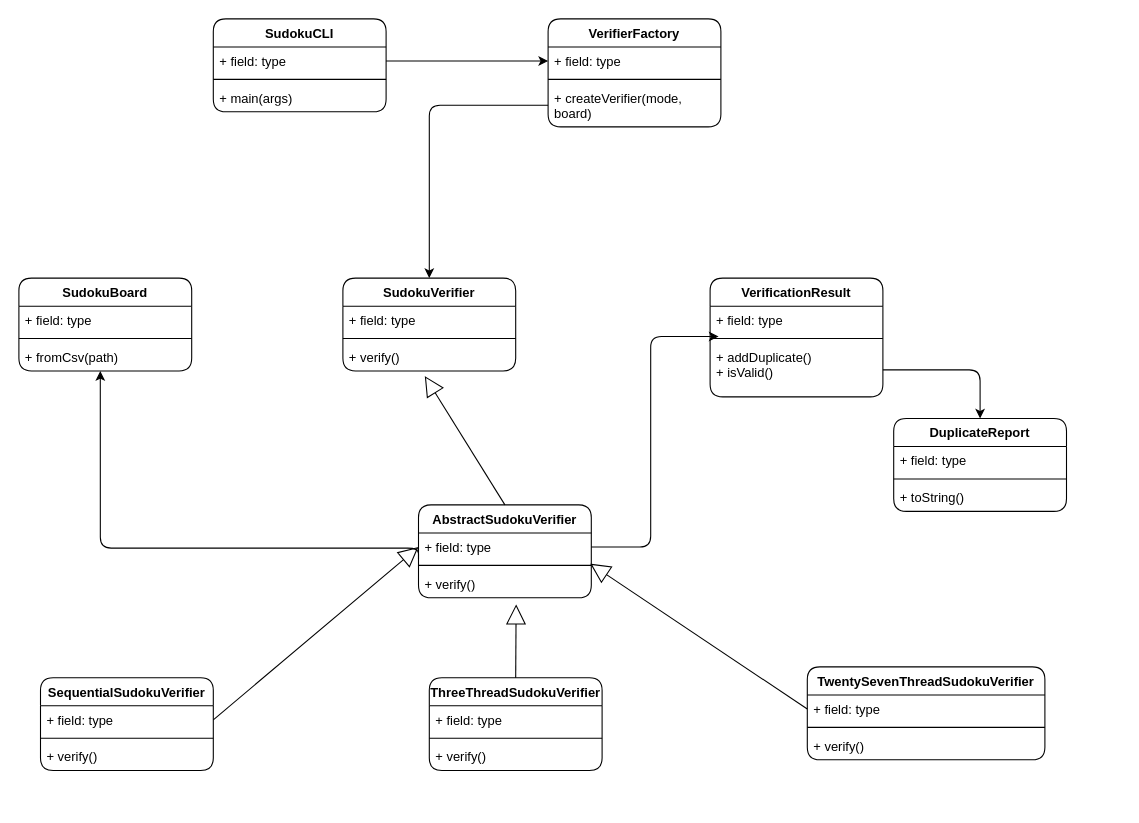
This is ClassDiagramSoduko.drawio from Ayman71/Sudoku-Verifier, a draw.io file, before an edit. Source tidied: cells renumbered, new cells numbered last; positions are measured from the earlier drawing's top-left corner, leaving out a move shared by most shapes. Both pictures are drawn from the tidied source at 108%, with x=0, y=0 at pixel (18, 18).
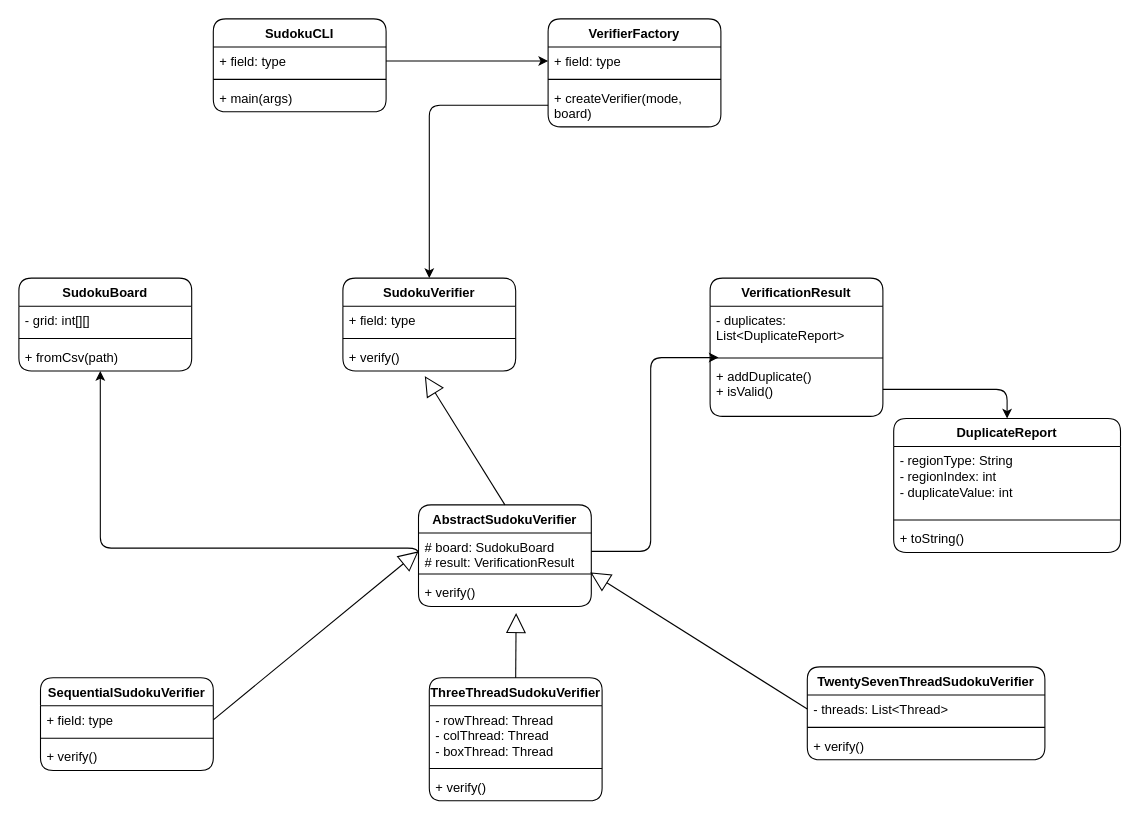
The same page after the edit.

The change refers to these unchanged cells:
```xml
<mxCell id="10" value="SudokuBoard" style="swimlane;fontStyle=1;align=center;verticalAlign=top;horizontal=1;startSize=26;whiteSpace=wrap;html=1;rounded=1;" parent="1" vertex="1">
  <mxGeometry y="240" width="160" height="86" as="geometry" />
</mxCell>
<mxCell id="30" value="TwentySevenThreadSudokuVerifier" style="swimlane;fontStyle=1;align=center;verticalAlign=top;horizontal=1;startSize=26;whiteSpace=wrap;html=1;rounded=1;" parent="1" vertex="1">
  <mxGeometry x="730" y="600" width="220" height="86" as="geometry" />
</mxCell>
```

What changed in the source:
```diff
@@
-    <mxCell id="11" value="+ field: type" style="text;strokeColor=none;fillColor=none;align=left;verticalAlign=top;spacingLeft=4;spacingRight=4;overflow=hidden;whiteSpace=wrap;html=1;rounded=1;" parent="10" vertex="1">
+    <mxCell id="11" value="&lt;div&gt;- grid: int[][]&lt;/div&gt;&lt;div&gt;&lt;br&gt;&lt;/div&gt;" style="text;strokeColor=none;fillColor=none;align=left;verticalAlign=top;spacingLeft=4;spacingRight=4;overflow=hidden;whiteSpace=wrap;html=1;rounded=1;" parent="10" vertex="1">
       <mxGeometry y="26" width="160" height="26" as="geometry" />
     </mxCell>
@@
     <mxCell id="18" value="AbstractSudokuVerifier" style="swimlane;fontStyle=1;align=center;verticalAlign=top;horizontal=1;startSize=26;whiteSpace=wrap;html=1;rounded=1;" parent="1" vertex="1">
-      <mxGeometry x="370" y="450" width="160" height="86" as="geometry" />
+      <mxGeometry x="370" y="450" width="160" height="94" as="geometry" />
     </mxCell>
-    <mxCell id="19" value="+ field: type" style="text;strokeColor=none;fillColor=none;align=left;verticalAlign=top;spacingLeft=4;spacingRight=4;overflow=hidden;points=[[0,0.5],[1,0.5]];portConstraint=eastwest;whiteSpace=wrap;html=1;rounded=1;" parent="18" vertex="1">
-      <mxGeometry y="26" width="160" height="26" as="geometry" />
+    <mxCell id="19" value="&lt;div&gt;&lt;div&gt;# board: SudokuBoard&lt;/div&gt;&lt;div&gt;# result: VerificationResult&lt;/div&gt;&lt;/div&gt;&lt;div&gt;&lt;br&gt;&lt;/div&gt;" style="text;strokeColor=none;fillColor=none;align=left;verticalAlign=top;spacingLeft=4;spacingRight=4;overflow=hidden;points=[[0,0.5],[1,0.5]];portConstraint=eastwest;whiteSpace=wrap;html=1;rounded=1;" parent="18" vertex="1">
+      <mxGeometry y="26" width="160" height="34" as="geometry" />
     </mxCell>
     <mxCell id="20" style="line;strokeWidth=1;fillColor=none;align=left;verticalAlign=middle;spacingTop=-1;spacingLeft=3;spacingRight=3;labelPosition=right;strokeColor=inherit;rounded=1;" parent="18" vertex="1">
-      <mxGeometry y="52" width="160" height="8" as="geometry" />
+      <mxGeometry y="60" width="160" height="8" as="geometry" />
     </mxCell>
     <mxCell id="21" value="+ verify()" style="text;strokeColor=none;fillColor=none;align=left;verticalAlign=top;spacingLeft=4;spacingRight=4;overflow=hidden;points=[[0,0.5],[1,0.5]];portConstraint=eastwest;whiteSpace=wrap;html=1;rounded=1;" parent="18" vertex="1">
-      <mxGeometry y="60" width="160" height="26" as="geometry" />
+      <mxGeometry y="68" width="160" height="26" as="geometry" />
     </mxCell>
@@
     <mxCell id="26" value="ThreeThreadSudokuVerifier" style="swimlane;fontStyle=1;align=center;verticalAlign=top;horizontal=1;startSize=26;whiteSpace=wrap;html=1;rounded=1;" parent="1" vertex="1">
-      <mxGeometry x="380" y="610" width="160" height="86" as="geometry" />
+      <mxGeometry x="380" y="610" width="160" height="114" as="geometry" />
     </mxCell>
-    <mxCell id="27" value="+ field: type" style="text;strokeColor=none;fillColor=none;align=left;verticalAlign=top;spacingLeft=4;spacingRight=4;overflow=hidden;whiteSpace=wrap;html=1;rounded=1;" parent="26" vertex="1">
-      <mxGeometry y="26" width="160" height="26" as="geometry" />
+    <mxCell id="27" value="&lt;div&gt;- rowThread: Thread&lt;/div&gt;&lt;div&gt;- colThread: Thread&lt;/div&gt;&lt;div&gt;- boxThread: Thread&lt;/div&gt;&lt;div&gt;&lt;br&gt;&lt;/div&gt;" style="text;strokeColor=none;fillColor=none;align=left;verticalAlign=top;spacingLeft=4;spacingRight=4;overflow=hidden;whiteSpace=wrap;html=1;rounded=1;" parent="26" vertex="1">
+      <mxGeometry y="26" width="160" height="54" as="geometry" />
     </mxCell>
     <mxCell id="28" style="line;strokeWidth=1;fillColor=none;align=left;verticalAlign=middle;spacingTop=-1;spacingLeft=3;spacingRight=3;labelPosition=right;strokeColor=inherit;rounded=1;" parent="26" vertex="1">
-      <mxGeometry y="52" width="160" height="8" as="geometry" />
+      <mxGeometry y="80" width="160" height="8" as="geometry" />
     </mxCell>
     <mxCell id="29" value="+ verify()" style="text;strokeColor=none;fillColor=none;align=left;verticalAlign=top;spacingLeft=4;spacingRight=4;overflow=hidden;whiteSpace=wrap;html=1;rounded=1;" parent="26" vertex="1">
-      <mxGeometry y="60" width="160" height="26" as="geometry" />
+      <mxGeometry y="88" width="160" height="26" as="geometry" />
     </mxCell>
@@
-    <mxCell id="31" value="+ field: type" style="text;strokeColor=none;fillColor=none;align=left;verticalAlign=top;spacingLeft=4;spacingRight=4;overflow=hidden;points=[[0,0.5],[1,0.5]];portConstraint=eastwest;whiteSpace=wrap;html=1;rounded=1;" parent="30" vertex="1">
+    <mxCell id="31" value="&lt;div&gt;- threads: List&amp;lt;Thread&amp;gt;&lt;/div&gt;&lt;div&gt;&lt;br&gt;&lt;/div&gt;" style="text;strokeColor=none;fillColor=none;align=left;verticalAlign=top;spacingLeft=4;spacingRight=4;overflow=hidden;points=[[0,0.5],[1,0.5]];portConstraint=eastwest;whiteSpace=wrap;html=1;rounded=1;" parent="30" vertex="1">
       <mxGeometry y="26" width="220" height="26" as="geometry" />
     </mxCell>
@@
     <mxCell id="34" value="VerificationResult" style="swimlane;fontStyle=1;align=center;verticalAlign=top;horizontal=1;startSize=26;whiteSpace=wrap;html=1;rounded=1;" parent="1" vertex="1">
-      <mxGeometry x="640" y="240" width="160" height="110" as="geometry" />
+      <mxGeometry x="640" y="240" width="160" height="128" as="geometry" />
     </mxCell>
-    <mxCell id="35" value="+ field: type" style="text;strokeColor=none;fillColor=none;align=left;verticalAlign=top;spacingLeft=4;spacingRight=4;overflow=hidden;points=[[0,0.5],[1,0.5]];portConstraint=eastwest;whiteSpace=wrap;html=1;rounded=1;" parent="34" vertex="1">
-      <mxGeometry y="26" width="160" height="26" as="geometry" />
+    <mxCell id="35" value="&lt;div&gt;&lt;div&gt;- duplicates: List&amp;lt;DuplicateReport&amp;gt;&lt;/div&gt;&lt;/div&gt;&lt;div&gt;&lt;br&gt;&lt;/div&gt;" style="text;strokeColor=none;fillColor=none;align=left;verticalAlign=top;spacingLeft=4;spacingRight=4;overflow=hidden;points=[[0,0.5],[1,0.5]];portConstraint=eastwest;whiteSpace=wrap;html=1;rounded=1;" parent="34" vertex="1">
+      <mxGeometry y="26" width="160" height="44" as="geometry" />
     </mxCell>
     <mxCell id="36" style="line;strokeWidth=1;fillColor=none;align=left;verticalAlign=middle;spacingTop=-1;spacingLeft=3;spacingRight=3;labelPosition=right;strokeColor=inherit;rounded=1;" parent="34" vertex="1">
-      <mxGeometry y="52" width="160" height="8" as="geometry" />
+      <mxGeometry y="70" width="160" height="8" as="geometry" />
     </mxCell>
     <mxCell id="37" value="+ addDuplicate()&lt;div&gt;+ isValid()&lt;/div&gt;" style="text;strokeColor=none;fillColor=none;align=left;verticalAlign=top;spacingLeft=4;spacingRight=4;overflow=hidden;points=[[0,0.5],[1,0.5]];portConstraint=eastwest;whiteSpace=wrap;html=1;rounded=1;" parent="34" vertex="1">
-      <mxGeometry y="60" width="160" height="50" as="geometry" />
+      <mxGeometry y="78" width="160" height="50" as="geometry" />
     </mxCell>
     <mxCell id="38" value="DuplicateReport" style="swimlane;fontStyle=1;align=center;verticalAlign=top;horizontal=1;startSize=26;whiteSpace=wrap;html=1;rounded=1;" parent="1" vertex="1">
-      <mxGeometry x="810" y="370" width="160" height="86" as="geometry" />
+      <mxGeometry x="810" y="370" width="210" height="124" as="geometry" />
     </mxCell>
-    <mxCell id="39" value="+ field: type" style="text;strokeColor=none;fillColor=none;align=left;verticalAlign=top;spacingLeft=4;spacingRight=4;overflow=hidden;whiteSpace=wrap;html=1;rounded=1;" parent="38" vertex="1">
-      <mxGeometry y="26" width="160" height="26" as="geometry" />
+    <mxCell id="39" value="&lt;div&gt;- regionType: String&amp;nbsp; &amp;nbsp;&lt;/div&gt;&lt;div&gt;- regionIndex: int&lt;/div&gt;&lt;div&gt;- duplicateValue: int&lt;/div&gt;&lt;div&gt;&lt;br&gt;&lt;/div&gt;" style="text;strokeColor=none;fillColor=none;align=left;verticalAlign=top;spacingLeft=4;spacingRight=4;overflow=hidden;whiteSpace=wrap;html=1;rounded=1;" parent="38" vertex="1">
+      <mxGeometry y="26" width="210" height="64" as="geometry" />
     </mxCell>
     <mxCell id="40" style="line;strokeWidth=1;fillColor=none;align=left;verticalAlign=middle;spacingTop=-1;spacingLeft=3;spacingRight=3;labelPosition=right;strokeColor=inherit;rounded=1;" parent="38" vertex="1">
-      <mxGeometry y="52" width="160" height="8" as="geometry" />
+      <mxGeometry y="90" width="210" height="8" as="geometry" />
     </mxCell>
     <mxCell id="41" value="+ toString()" style="text;strokeColor=none;fillColor=none;align=left;verticalAlign=top;spacingLeft=4;spacingRight=4;overflow=hidden;whiteSpace=wrap;html=1;rounded=1;" parent="38" vertex="1">
-      <mxGeometry y="60" width="160" height="26" as="geometry" />
+      <mxGeometry y="98" width="210" height="26" as="geometry" />
     </mxCell>
```
